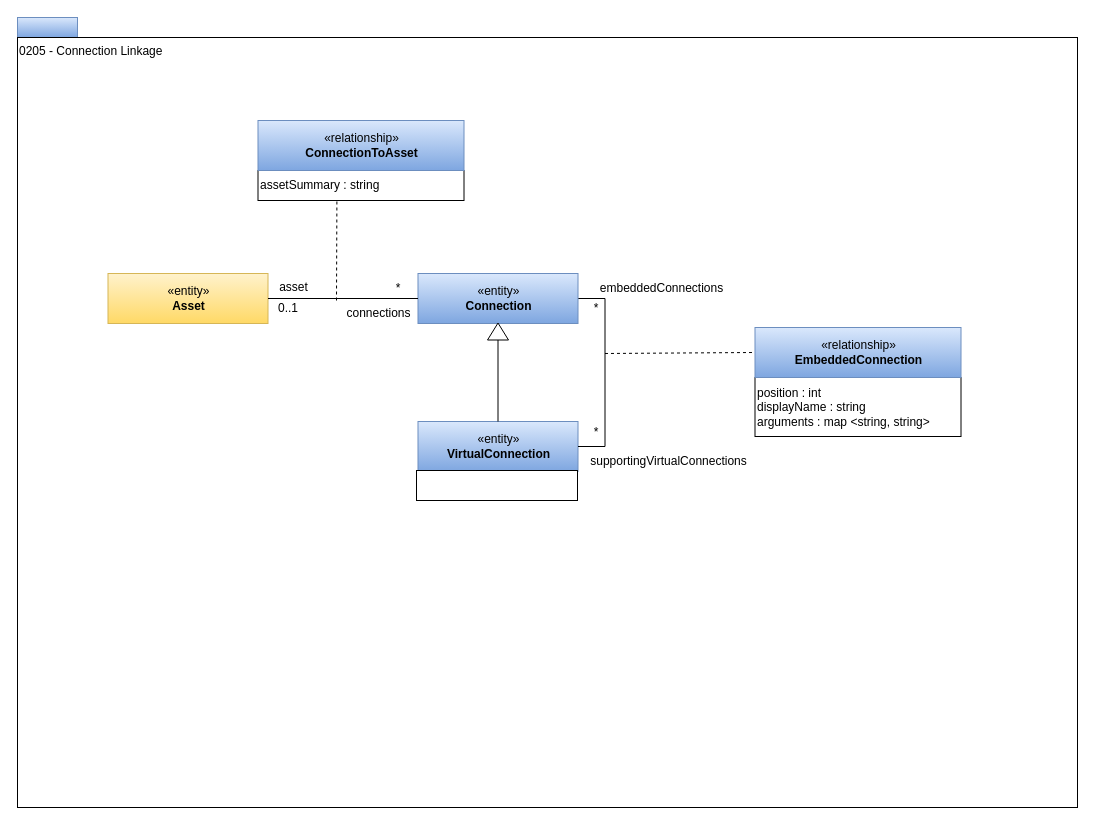
This is page "0205-Connection-Linkage" (3 of 21) of site/docs/types/2/area-2-assets.drawio from odpi/egeria-docs, a draw.io file, before an edit. Source tidied: cells renumbered, new cells numbered last; positions are measured from the earlier drawing's top-left corner, leaving out a move shared by most shapes. Both pictures are drawn from the tidied source at 100%, with x=0, y=0 at pixel (17, 17).
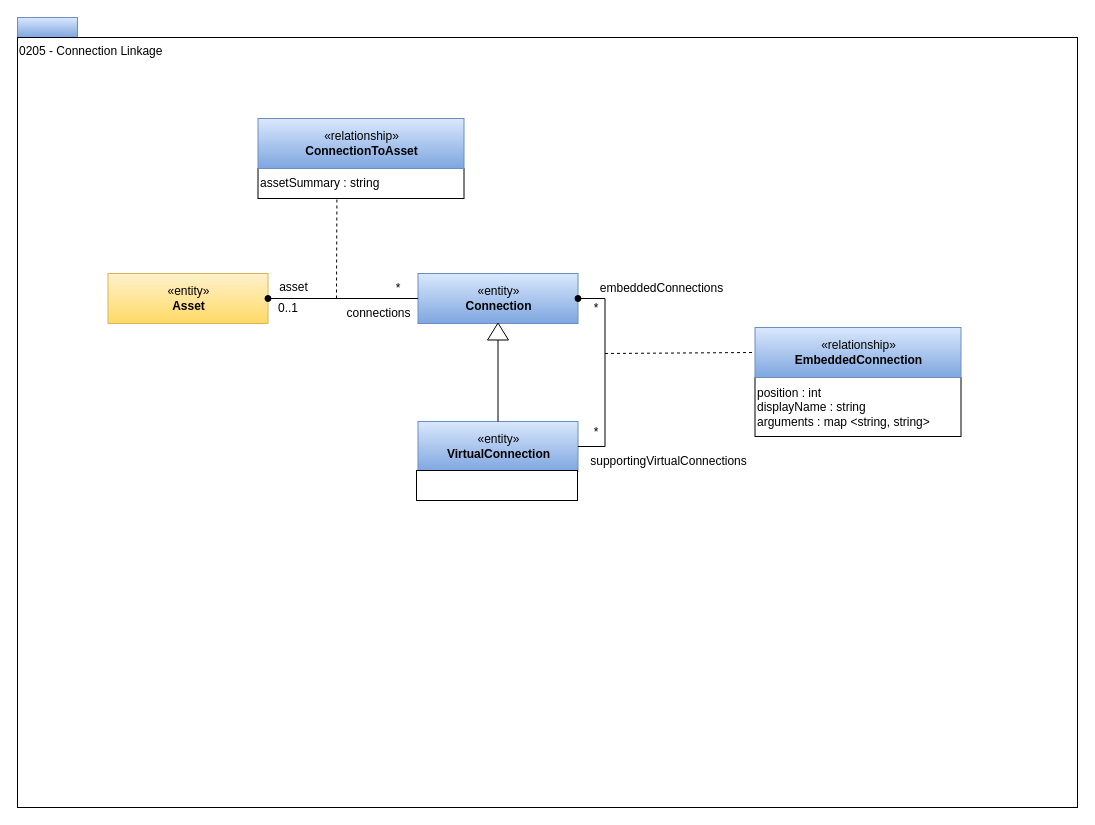
The same diagram, later.

The change refers to these unchanged cells:
```xml
<mxCell id="4" value="«entity»&lt;br&gt;&lt;b&gt;VirtualConnection&lt;/b&gt;" style="html=1;strokeColor=#6c8ebf;align=center;fillColor=#dae8fc;gradientColor=#7ea6e0;" parent="1" vertex="1">
  <mxGeometry x="400.5" y="404" width="160" height="50" as="geometry" />
</mxCell>
<mxCell id="12" value="«entity»&lt;br&gt;&lt;b&gt;Connection&lt;/b&gt;" style="html=1;strokeColor=#6c8ebf;align=center;fillColor=#dae8fc;gradientColor=#7ea6e0;" parent="1" vertex="1">
  <mxGeometry x="400.5" y="256" width="160" height="50" as="geometry" />
</mxCell>
<mxCell id="16" value="«entity»&lt;br&gt;&lt;b&gt;Asset&lt;/b&gt;" style="html=1;strokeColor=#d6b656;align=center;fillColor=#fff2cc;gradientColor=#ffd966;" parent="1" vertex="1">
  <mxGeometry x="90.5" y="256" width="160" height="50" as="geometry" />
</mxCell>
```

What changed in the source:
```diff
@@
-    <mxCell id="5" style="endArrow=none;html=1;entryX=1;entryY=0.5;exitX=1;exitY=0.5;rounded=0;" parent="1" edge="1" source="4" target="12">
-      <mxGeometry relative="1" as="geometry">
-        <Array as="points">
-          <mxPoint x="587.5" y="429" />
-          <mxPoint x="587.5" y="281" />
-        </Array>
-      </mxGeometry>
-    </mxCell>
@@
-    <mxCell id="17" style="endArrow=none;html=1;entryX=0;entryY=0.5;" parent="1" edge="1" source="16" target="12">
+    <mxCell id="17" style="endArrow=none;html=1;entryX=0;entryY=0.5;startArrow=oval;startFill=1;" parent="1" edge="1" source="16" target="12">
       <mxGeometry relative="1" as="geometry" />
     </mxCell>
@@
     <mxCell id="22" style="endArrow=none;dashed=1;html=1;entryX=0.383;entryY=1.017;entryPerimeter=0;" parent="1" edge="1" target="23">
       <mxGeometry relative="1" as="geometry">
-        <mxPoint x="319" y="283" as="sourcePoint" />
+        <mxPoint x="319" y="281" as="sourcePoint" />
       </mxGeometry>
     </mxCell>
     <mxCell id="23" value="assetSummary : string&lt;br&gt;" style="rounded=0;whiteSpace=wrap;html=1;strokeColor=#000000;gradientColor=#ffffff;align=left;" parent="1" vertex="1">
-      <mxGeometry x="240.5" y="153" width="206" height="30" as="geometry" />
+      <mxGeometry x="240.5" y="151" width="206" height="30" as="geometry" />
     </mxCell>
     <mxCell id="24" value="«relationship»&lt;br&gt;&lt;b&gt;ConnectionToAsset&lt;/b&gt;" style="html=1;strokeColor=#6c8ebf;align=center;fillColor=#dae8fc;gradientColor=#7ea6e0;" parent="1" vertex="1">
-      <mxGeometry x="240.5" y="103" width="206" height="50" as="geometry" />
+      <mxGeometry x="240.5" y="101" width="206" height="50" as="geometry" />
     </mxCell>
@@
+    <mxCell id="5" style="endArrow=oval;html=1;entryX=1;entryY=0.5;exitX=1;exitY=0.5;rounded=0;endFill=1;" parent="1" edge="1" source="4" target="12">
+      <mxGeometry relative="1" as="geometry">
+        <Array as="points">
+          <mxPoint x="587.5" y="429" />
+          <mxPoint x="587.5" y="281" />
+        </Array>
+      </mxGeometry>
+    </mxCell>
```
